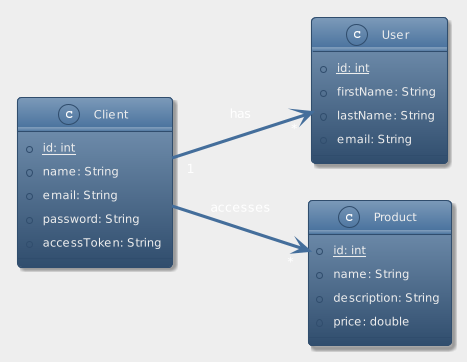
Earlier version of the PlantUML export .diagrams/Classes.png (tomcdj71-openclassrooms/BileMo). Its diagram source:
```plantuml
@startuml
left to right direction
skinparam actorStyle Awesome
skinparam ArrowThickness 1
!theme spacelab
skinparam backgroundColor #EEEEEE
skinparam shadowing true

class Client {
  {static} +id: int
  +name: String
  +email: String
  +password: String
  +accessToken: String
}

class User {
  {static} +id: int
  +firstName: String
  +lastName: String
  +email: String
}

class Product {
  {static} +id: int
  +name: String
  +description: String
  +price: double
}

Client "1" --> "*" User: has
Client --> "*" Product: accesses
@enduml
```
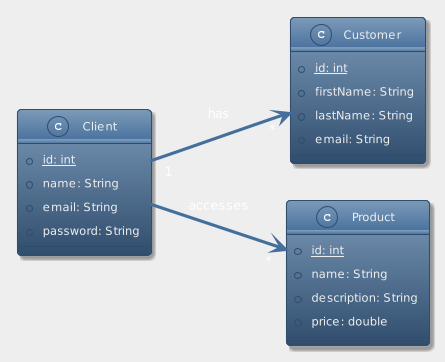
Later version of the same file.

Commit message:
docs: accessToken should not be in the database

What changed in the source:
```diff
@@ -11,10 +11,9 @@
   +name: String
   +email: String
   +password: String
-  +accessToken: String
 }
 
-class User {
+class Customer {
   {static} +id: int
   +firstName: String
   +lastName: String
@@ -28,6 +27,6 @@
   +price: double
 }
 
-Client "1" --> "*" User: has
+Client "1" --> "*" Customer: has
 Client --> "*" Product: accesses
 @enduml
```
